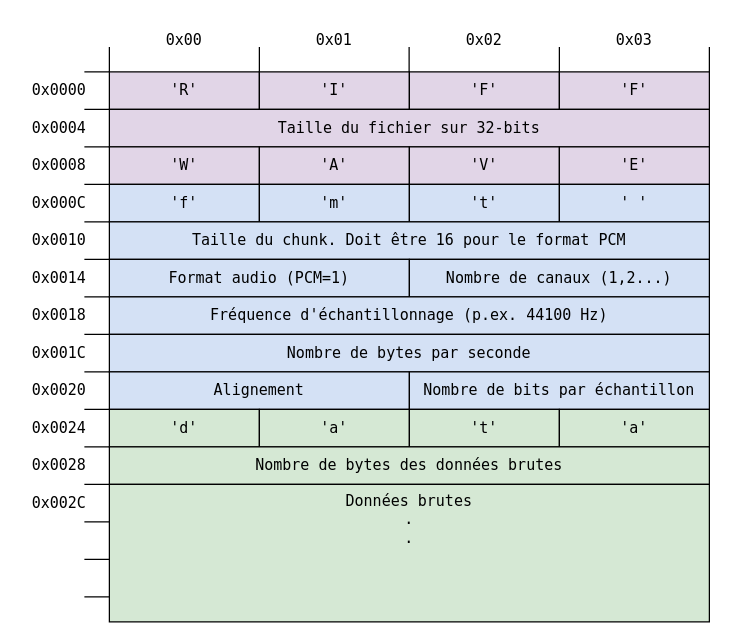
Earlier version of the draw.io diagram docs/assets/images/wav.drawio (heig-tin-info/handbook). Source tidied: cells renumbered, new cells numbered last; positions are measured from the earlier drawing's top-left corner, leaving out a move shared by most shapes. Both pictures are drawn from the tidied source at 125%, with x=0, y=0 at pixel (21, 21).
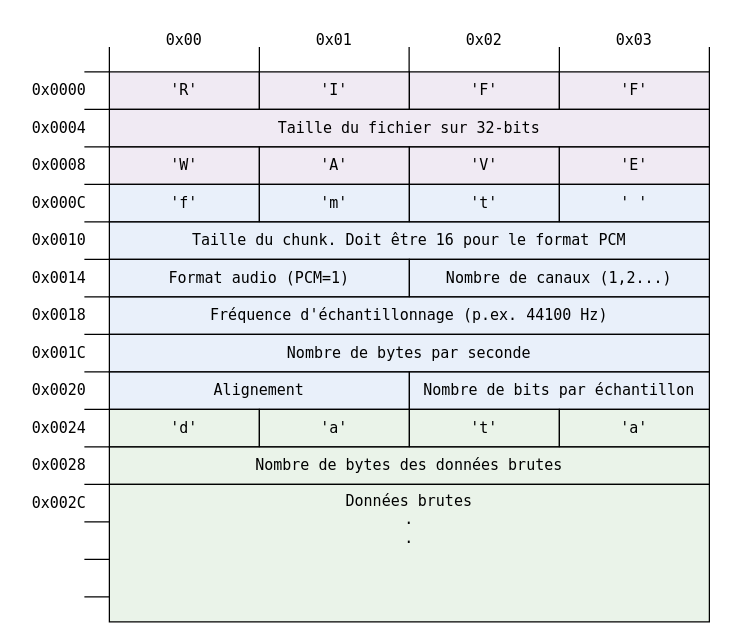
Above is the later version.

What changed in the source:
```diff
@@
-    <mxCell id="2" value="'R'" style="rounded=0;whiteSpace=wrap;html=1;fontFamily=Lucida Console;fillColor=#E1D5E7;" parent="1" vertex="1">
+    <mxCell id="2" value="'R'" style="rounded=0;whiteSpace=wrap;html=1;fontFamily=Lucida Console;fillColor=#E1D5E7;fillOpacity=50;" parent="1" vertex="1">
       <mxGeometry x="70" y="40" width="120" height="30" as="geometry" />
     </mxCell>
-    <mxCell id="3" value="'I'" style="rounded=0;whiteSpace=wrap;html=1;fontFamily=Lucida Console;fillColor=#E1D5E7;" parent="1" vertex="1">
+    <mxCell id="3" value="'I'" style="rounded=0;whiteSpace=wrap;html=1;fontFamily=Lucida Console;fillColor=#E1D5E7;fillOpacity=50;" parent="1" vertex="1">
       <mxGeometry x="190" y="40" width="120" height="30" as="geometry" />
     </mxCell>
-    <mxCell id="4" value="'F'" style="rounded=0;whiteSpace=wrap;html=1;fontFamily=Lucida Console;fillColor=#E1D5E7;" parent="1" vertex="1">
+    <mxCell id="4" value="'F'" style="rounded=0;whiteSpace=wrap;html=1;fontFamily=Lucida Console;fillColor=#E1D5E7;fillOpacity=50;" parent="1" vertex="1">
       <mxGeometry x="310" y="40" width="120" height="30" as="geometry" />
     </mxCell>
-    <mxCell id="5" value="'F'" style="rounded=0;whiteSpace=wrap;html=1;fontFamily=Lucida Console;fillColor=#E1D5E7;" parent="1" vertex="1">
+    <mxCell id="5" value="'F'" style="rounded=0;whiteSpace=wrap;html=1;fontFamily=Lucida Console;fillColor=#E1D5E7;fillOpacity=50;" parent="1" vertex="1">
       <mxGeometry x="430" y="40" width="120" height="30" as="geometry" />
     </mxCell>
-    <mxCell id="6" value="Taille du fichier sur 32-bits" style="rounded=0;whiteSpace=wrap;html=1;fontFamily=Lucida Console;fillColor=#E1D5E7;" parent="1" vertex="1">
+    <mxCell id="6" value="Taille du fichier sur 32-bits" style="rounded=0;whiteSpace=wrap;html=1;fontFamily=Lucida Console;fillColor=#E1D5E7;fillOpacity=50;" parent="1" vertex="1">
       <mxGeometry x="70" y="70" width="480" height="30" as="geometry" />
     </mxCell>
-    <mxCell id="7" value="'W'" style="rounded=0;whiteSpace=wrap;html=1;fontFamily=Lucida Console;fillColor=#E1D5E7;" parent="1" vertex="1">
+    <mxCell id="7" value="'W'" style="rounded=0;whiteSpace=wrap;html=1;fontFamily=Lucida Console;fillColor=#E1D5E7;fillOpacity=50;" parent="1" vertex="1">
       <mxGeometry x="70" y="100" width="120" height="30" as="geometry" />
     </mxCell>
-    <mxCell id="8" value="'A'" style="rounded=0;whiteSpace=wrap;html=1;fontFamily=Lucida Console;fillColor=#E1D5E7;" parent="1" vertex="1">
+    <mxCell id="8" value="'A'" style="rounded=0;whiteSpace=wrap;html=1;fontFamily=Lucida Console;fillColor=#E1D5E7;fillOpacity=50;" parent="1" vertex="1">
       <mxGeometry x="190" y="100" width="120" height="30" as="geometry" />
     </mxCell>
-    <mxCell id="9" value="'V'" style="rounded=0;whiteSpace=wrap;html=1;fontFamily=Lucida Console;fillColor=#E1D5E7;" parent="1" vertex="1">
+    <mxCell id="9" value="'V'" style="rounded=0;whiteSpace=wrap;html=1;fontFamily=Lucida Console;fillColor=#E1D5E7;fillOpacity=50;" parent="1" vertex="1">
       <mxGeometry x="310" y="100" width="120" height="30" as="geometry" />
     </mxCell>
-    <mxCell id="10" value="'E'" style="rounded=0;whiteSpace=wrap;html=1;fontFamily=Lucida Console;fillColor=#E1D5E7;" parent="1" vertex="1">
+    <mxCell id="10" value="'E'" style="rounded=0;whiteSpace=wrap;html=1;fontFamily=Lucida Console;fillColor=#E1D5E7;fillOpacity=50;" parent="1" vertex="1">
       <mxGeometry x="430" y="100" width="120" height="30" as="geometry" />
     </mxCell>
-    <mxCell id="11" value="'f'" style="rounded=0;whiteSpace=wrap;html=1;fontFamily=Lucida Console;fillColor=#D4E1F5;" parent="1" vertex="1">
+    <mxCell id="11" value="'f'" style="rounded=0;whiteSpace=wrap;html=1;fontFamily=Lucida Console;fillColor=#D4E1F5;fillOpacity=50;" parent="1" vertex="1">
       <mxGeometry x="70" y="130" width="120" height="30" as="geometry" />
     </mxCell>
-    <mxCell id="12" value="'m'" style="rounded=0;whiteSpace=wrap;html=1;fontFamily=Lucida Console;fillColor=#D4E1F5;" parent="1" vertex="1">
+    <mxCell id="12" value="'m'" style="rounded=0;whiteSpace=wrap;html=1;fontFamily=Lucida Console;fillColor=#D4E1F5;fillOpacity=50;" parent="1" vertex="1">
       <mxGeometry x="190" y="130" width="120" height="30" as="geometry" />
     </mxCell>
-    <mxCell id="13" value="'t'" style="rounded=0;whiteSpace=wrap;html=1;fontFamily=Lucida Console;fillColor=#D4E1F5;" parent="1" vertex="1">
+    <mxCell id="13" value="'t'" style="rounded=0;whiteSpace=wrap;html=1;fontFamily=Lucida Console;fillColor=#D4E1F5;fillOpacity=50;" parent="1" vertex="1">
       <mxGeometry x="310" y="130" width="120" height="30" as="geometry" />
     </mxCell>
-    <mxCell id="14" value="' '" style="rounded=0;whiteSpace=wrap;html=1;fontFamily=Lucida Console;fillColor=#D4E1F5;" parent="1" vertex="1">
+    <mxCell id="14" value="' '" style="rounded=0;whiteSpace=wrap;html=1;fontFamily=Lucida Console;fillColor=#D4E1F5;fillOpacity=50;" parent="1" vertex="1">
       <mxGeometry x="430" y="130" width="120" height="30" as="geometry" />
     </mxCell>
-    <mxCell id="15" value="Taille du chunk. Doit être 16 pour le format PCM" style="rounded=0;whiteSpace=wrap;html=1;fontFamily=Lucida Console;fillColor=#D4E1F5;" parent="1" vertex="1">
+    <mxCell id="15" value="Taille du chunk. Doit être 16 pour le format PCM" style="rounded=0;whiteSpace=wrap;html=1;fontFamily=Lucida Console;fillColor=#D4E1F5;fillOpacity=50;" parent="1" vertex="1">
       <mxGeometry x="70" y="160" width="480" height="30" as="geometry" />
     </mxCell>
-    <mxCell id="16" value="Format audio (PCM=1)" style="rounded=0;whiteSpace=wrap;html=1;fontFamily=Lucida Console;fillColor=#D4E1F5;" parent="1" vertex="1">
+    <mxCell id="16" value="Format audio (PCM=1)" style="rounded=0;whiteSpace=wrap;html=1;fontFamily=Lucida Console;fillColor=#D4E1F5;fillOpacity=50;" parent="1" vertex="1">
       <mxGeometry x="70" y="190" width="240" height="30" as="geometry" />
     </mxCell>
-    <mxCell id="17" value="Nombre de canaux (1,2...)" style="rounded=0;whiteSpace=wrap;html=1;fontFamily=Lucida Console;fillColor=#D4E1F5;" parent="1" vertex="1">
+    <mxCell id="17" value="Nombre de canaux (1,2...)" style="rounded=0;whiteSpace=wrap;html=1;fontFamily=Lucida Console;fillColor=#D4E1F5;fillOpacity=50;" parent="1" vertex="1">
       <mxGeometry x="310" y="190" width="240" height="30" as="geometry" />
     </mxCell>
-    <mxCell id="18" value="Fréquence d'échantillonnage (p.ex. 44100 Hz)" style="rounded=0;whiteSpace=wrap;html=1;fontFamily=Lucida Console;fillColor=#D4E1F5;" parent="1" vertex="1">
+    <mxCell id="18" value="Fréquence d'échantillonnage (p.ex. 44100 Hz)" style="rounded=0;whiteSpace=wrap;html=1;fontFamily=Lucida Console;fillColor=#D4E1F5;fillOpacity=50;" parent="1" vertex="1">
       <mxGeometry x="70" y="220" width="480" height="30" as="geometry" />
     </mxCell>
-    <mxCell id="19" value="Nombre de bytes par seconde" style="rounded=0;whiteSpace=wrap;html=1;fontFamily=Lucida Console;fillColor=#D4E1F5;" parent="1" vertex="1">
+    <mxCell id="19" value="Nombre de bytes par seconde" style="rounded=0;whiteSpace=wrap;html=1;fontFamily=Lucida Console;fillColor=#D4E1F5;fillOpacity=50;" parent="1" vertex="1">
       <mxGeometry x="70" y="250" width="480" height="30" as="geometry" />
     </mxCell>
-    <mxCell id="20" value="Alignement" style="rounded=0;whiteSpace=wrap;html=1;fontFamily=Lucida Console;fillColor=#D4E1F5;" parent="1" vertex="1">
+    <mxCell id="20" value="Alignement" style="rounded=0;whiteSpace=wrap;html=1;fontFamily=Lucida Console;fillColor=#D4E1F5;fillOpacity=50;" parent="1" vertex="1">
       <mxGeometry x="70" y="280" width="240" height="30" as="geometry" />
     </mxCell>
-    <mxCell id="21" value="Nombre de bits par échantillon" style="rounded=0;whiteSpace=wrap;html=1;fontFamily=Lucida Console;fillColor=#D4E1F5;" parent="1" vertex="1">
+    <mxCell id="21" value="Nombre de bits par échantillon" style="rounded=0;whiteSpace=wrap;html=1;fontFamily=Lucida Console;fillColor=#D4E1F5;fillOpacity=50;" parent="1" vertex="1">
       <mxGeometry x="310" y="280" width="240" height="30" as="geometry" />
     </mxCell>
-    <mxCell id="22" value="'d'" style="rounded=0;whiteSpace=wrap;html=1;fontFamily=Lucida Console;fillColor=#D5E8D4;" parent="1" vertex="1">
+    <mxCell id="22" value="'d'" style="rounded=0;whiteSpace=wrap;html=1;fontFamily=Lucida Console;fillColor=#D5E8D4;fillOpacity=50;" parent="1" vertex="1">
       <mxGeometry x="70" y="310" width="120" height="30" as="geometry" />
     </mxCell>
-    <mxCell id="23" value="'a'" style="rounded=0;whiteSpace=wrap;html=1;fontFamily=Lucida Console;fillColor=#D5E8D4;" parent="1" vertex="1">
+    <mxCell id="23" value="'a'" style="rounded=0;whiteSpace=wrap;html=1;fontFamily=Lucida Console;fillColor=#D5E8D4;fillOpacity=50;" parent="1" vertex="1">
       <mxGeometry x="190" y="310" width="120" height="30" as="geometry" />
     </mxCell>
-    <mxCell id="24" value="'t'" style="rounded=0;whiteSpace=wrap;html=1;fontFamily=Lucida Console;fillColor=#D5E8D4;" parent="1" vertex="1">
+    <mxCell id="24" value="'t'" style="rounded=0;whiteSpace=wrap;html=1;fontFamily=Lucida Console;fillColor=#D5E8D4;fillOpacity=50;" parent="1" vertex="1">
       <mxGeometry x="310" y="310" width="120" height="30" as="geometry" />
     </mxCell>
-    <mxCell id="25" value="'a'" style="rounded=0;whiteSpace=wrap;html=1;fontFamily=Lucida Console;fillColor=#D5E8D4;" parent="1" vertex="1">
+    <mxCell id="25" value="'a'" style="rounded=0;whiteSpace=wrap;html=1;fontFamily=Lucida Console;fillColor=#D5E8D4;fillOpacity=50;" parent="1" vertex="1">
       <mxGeometry x="430" y="310" width="120" height="30" as="geometry" />
     </mxCell>
-    <mxCell id="26" value="Nombre de bytes des données brutes" style="rounded=0;whiteSpace=wrap;html=1;fontFamily=Lucida Console;fillColor=#D5E8D4;" parent="1" vertex="1">
+    <mxCell id="26" value="Nombre de bytes des données brutes" style="rounded=0;whiteSpace=wrap;html=1;fontFamily=Lucida Console;fillColor=#D5E8D4;fillOpacity=50;" parent="1" vertex="1">
       <mxGeometry x="70" y="340" width="480" height="30" as="geometry" />
     </mxCell>
-    <mxCell id="27" value="Données brutes&lt;br&gt;.&lt;br&gt;." style="rounded=0;whiteSpace=wrap;html=1;fontFamily=Lucida Console;verticalAlign=top;fillColor=#D5E8D4;" parent="1" vertex="1">
+    <mxCell id="27" value="Données brutes&lt;br&gt;.&lt;br&gt;." style="rounded=0;whiteSpace=wrap;html=1;fontFamily=Lucida Console;verticalAlign=top;fillColor=#D5E8D4;fillOpacity=50;" parent="1" vertex="1">
       <mxGeometry x="70" y="370" width="480" height="110" as="geometry" />
     </mxCell>
```
